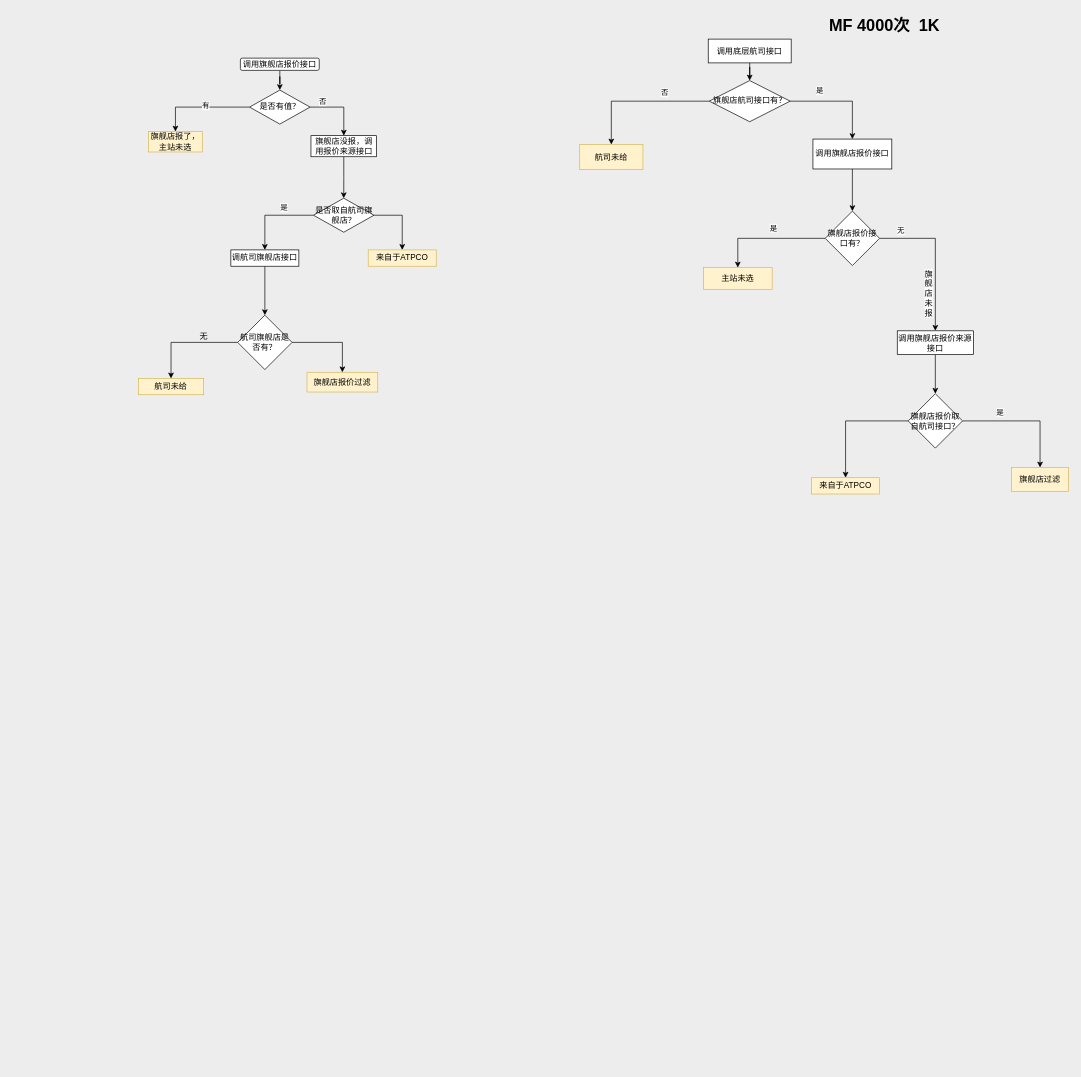
liuzhongye/draw-io keeps this draw.io diagram as page "2.旗舰店接口" (2 of 2) of 国际qt中转问题.drawio. Above is the earlier version. Source tidied: cells renumbered, new cells numbered last; positions are measured from the earlier drawing's top-left corner, leaving out a move shared by most shapes. Both pictures are drawn from the tidied source at 68%, with x=0, y=0 at pixel (138, 12).
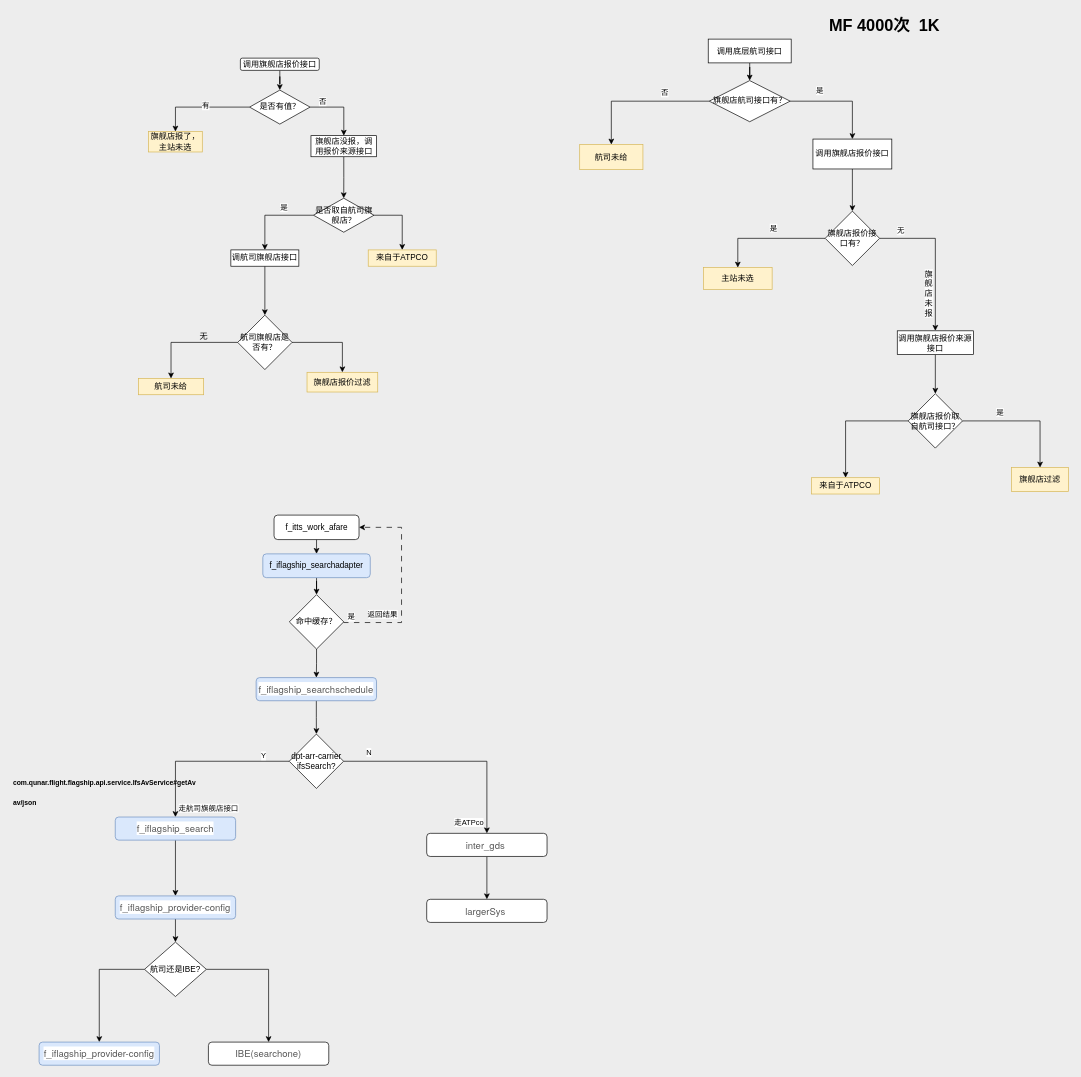
After the change.

The edit, as a diff of the source:
```diff
@@
+    <mxCell id="51" style="edgeStyle=orthogonalEdgeStyle;rounded=0;jettySize=auto;html=1;exitX=0.5;exitY=1;exitDx=0;exitDy=0;entryX=0.5;entryY=0;entryDx=0;entryDy=0;" parent="1" edge="1" source="52" target="54">
+      <mxGeometry relative="1" as="geometry" />
+    </mxCell>
+    <mxCell id="52" value="f_itts_work_afare" style="rounded=1;whiteSpace=wrap;html=1;" parent="1" vertex="1">
+      <mxGeometry x="199.5" y="740" width="125" height="36" as="geometry" />
+    </mxCell>
+    <mxCell id="53" style="edgeStyle=orthogonalEdgeStyle;rounded=0;jettySize=auto;html=1;exitX=0.5;exitY=1;exitDx=0;exitDy=0;" parent="1" edge="1" source="54" target="59">
+      <mxGeometry relative="1" as="geometry" />
+    </mxCell>
+    <mxCell id="54" value="f_iflagship_searchadapter" style="rounded=1;whiteSpace=wrap;html=1;fillColor=#dae8fc;strokeColor=#6c8ebf;" parent="1" vertex="1">
+      <mxGeometry x="183" y="797" width="158" height="35" as="geometry" />
+    </mxCell>
+    <mxCell id="55" style="edgeStyle=orthogonalEdgeStyle;rounded=0;jettySize=auto;html=1;exitX=1;exitY=0.5;exitDx=0;exitDy=0;entryX=1;entryY=0.5;entryDx=0;entryDy=0;dashed=1;dashPattern=8 8;" parent="1" edge="1" source="59" target="52">
+      <mxGeometry relative="1" as="geometry">
+        <Array as="points">
+          <mxPoint x="387" y="898" />
+          <mxPoint x="387" y="758" />
+        </Array>
+      </mxGeometry>
+    </mxCell>
+    <mxCell id="56" value="返回结果" style="edgeLabel;html=1;align=center;verticalAlign=middle;" parent="55" vertex="1">
+      <mxGeometry x="-0.85" y="-1" relative="1" as="geometry">
+        <mxPoint x="35" y="-14" as="offset" />
+      </mxGeometry>
+    </mxCell>
+    <mxCell id="57" value="是" style="edgeLabel;html=1;align=center;verticalAlign=middle;" parent="55" vertex="1">
+      <mxGeometry x="-0.87" y="2" relative="1" as="geometry">
+        <mxPoint x="-8" y="-7" as="offset" />
+      </mxGeometry>
+    </mxCell>
+    <mxCell id="58" style="edgeStyle=orthogonalEdgeStyle;rounded=0;jettySize=auto;html=1;exitX=0.5;exitY=1;exitDx=0;exitDy=0;" parent="1" edge="1" source="59" target="61">
+      <mxGeometry relative="1" as="geometry" />
+    </mxCell>
+    <mxCell id="59" value="命中缓存？" style="rhombus;whiteSpace=wrap;html=1;" parent="1" vertex="1">
+      <mxGeometry x="222" y="857" width="80" height="80" as="geometry" />
+    </mxCell>
+    <mxCell id="60" style="edgeStyle=orthogonalEdgeStyle;rounded=0;jettySize=auto;html=1;exitX=0.5;exitY=1;exitDx=0;exitDy=0;entryX=0.5;entryY=0;entryDx=0;entryDy=0;" parent="1" edge="1" source="61" target="67">
+      <mxGeometry relative="1" as="geometry" />
+    </mxCell>
+    <mxCell id="61" value="&lt;span style=&quot;color: rgba(0, 0, 0, 0.65); font-family: &amp;quot;Helvetica Neue&amp;quot;, Helvetica, Arial, sans-serif; font-size: 14px; text-align: start; background-color: rgb(255, 255, 255);&quot;&gt;f_iflagship_searchschedule&lt;/span&gt;" style="rounded=1;whiteSpace=wrap;html=1;fillColor=#dae8fc;strokeColor=#6c8ebf;" parent="1" vertex="1">
+      <mxGeometry x="173.2" y="979" width="177" height="34" as="geometry" />
+    </mxCell>
+    <mxCell id="62" style="edgeStyle=orthogonalEdgeStyle;rounded=0;jettySize=auto;html=1;exitX=1;exitY=0.5;exitDx=0;exitDy=0;" parent="1" edge="1" source="67" target="69">
+      <mxGeometry relative="1" as="geometry" />
+    </mxCell>
+    <mxCell id="63" value="N" style="edgeLabel;html=1;align=center;verticalAlign=middle;" parent="62" vertex="1">
+      <mxGeometry x="-0.58" relative="1" as="geometry">
+        <mxPoint x="-30" y="-14" as="offset" />
+      </mxGeometry>
+    </mxCell>
+    <mxCell id="64" value="走ATPco" style="edgeLabel;html=1;align=center;verticalAlign=middle;" parent="62" vertex="1">
+      <mxGeometry x="-0.12" y="2" relative="1" as="geometry">
+        <mxPoint x="45" y="91" as="offset" />
+      </mxGeometry>
+    </mxCell>
+    <mxCell id="65" style="edgeStyle=orthogonalEdgeStyle;rounded=0;jettySize=auto;html=1;exitX=0;exitY=0.5;exitDx=0;exitDy=0;entryX=0.5;entryY=0;entryDx=0;entryDy=0;" parent="1" edge="1" source="67" target="72">
+      <mxGeometry relative="1" as="geometry" />
+    </mxCell>
+    <mxCell id="66" value="Y" style="edgeLabel;html=1;align=center;verticalAlign=middle;" parent="65" vertex="1">
+      <mxGeometry x="-0.62" relative="1" as="geometry">
+        <mxPoint x="9" y="-9" as="offset" />
+      </mxGeometry>
+    </mxCell>
+    <mxCell id="67" value="dpt-arr-carrier&lt;br&gt;ifsSearch?" style="rhombus;whiteSpace=wrap;html=1;" parent="1" vertex="1">
+      <mxGeometry x="221.8" y="1062" width="80" height="80" as="geometry" />
+    </mxCell>
+    <mxCell id="68" style="edgeStyle=orthogonalEdgeStyle;rounded=0;jettySize=auto;html=1;exitX=0.5;exitY=1;exitDx=0;exitDy=0;" parent="1" edge="1" source="69" target="70">
+      <mxGeometry relative="1" as="geometry" />
+    </mxCell>
+    <mxCell id="69" value="&lt;span style=&quot;color: rgba(0, 0, 0, 0.65); font-family: &amp;quot;Helvetica Neue&amp;quot;, Helvetica, Arial, sans-serif; font-size: 14px; text-align: start; background-color: rgb(255, 255, 255);&quot;&gt;inter_gds&amp;nbsp;&lt;/span&gt;" style="rounded=1;whiteSpace=wrap;html=1;" parent="1" vertex="1">
+      <mxGeometry x="424" y="1208" width="177" height="34" as="geometry" />
+    </mxCell>
+    <mxCell id="70" value="&lt;div style=&quot;text-align: start;&quot;&gt;&lt;span style=&quot;color: rgba(0, 0, 0, 0.65); font-family: &amp;quot;Helvetica Neue&amp;quot;, Helvetica, Arial, sans-serif; font-size: 14px; background-color: rgb(255, 255, 255);&quot;&gt;largerSys&lt;/span&gt;&lt;span style=&quot;background-color: rgb(255, 255, 255); color: rgba(0, 0, 0, 0.65); font-family: &amp;quot;Helvetica Neue&amp;quot;, Helvetica, Arial, sans-serif; font-size: 14px;&quot;&gt;&amp;nbsp;&lt;/span&gt;&lt;/div&gt;" style="rounded=1;whiteSpace=wrap;html=1;" parent="1" vertex="1">
+      <mxGeometry x="424" y="1305" width="177" height="34" as="geometry" />
+    </mxCell>
+    <mxCell id="71" style="edgeStyle=orthogonalEdgeStyle;rounded=0;jettySize=auto;html=1;exitX=0.5;exitY=1;exitDx=0;exitDy=0;" parent="1" edge="1" source="72" target="76">
+      <mxGeometry relative="1" as="geometry" />
+    </mxCell>
+    <mxCell id="72" value="&lt;span style=&quot;text-align: start; background-color: rgb(255, 255, 255); font-size: 14px; font-family: &amp;quot;Helvetica Neue&amp;quot;, Helvetica, Arial, sans-serif; color: rgba(0, 0, 0, 0.65);&quot;&gt;f_iflagship_search&lt;br&gt;&lt;/span&gt;" style="rounded=1;whiteSpace=wrap;html=1;fillColor=#dae8fc;strokeColor=#6c8ebf;" parent="1" vertex="1">
+      <mxGeometry x="-34" y="1184" width="177" height="34" as="geometry" />
+    </mxCell>
+    <mxCell id="73" value="走航司旗舰店接口" style="edgeLabel;html=1;align=center;verticalAlign=middle;" parent="1" vertex="1">
+      <mxGeometry x="401" y="1167" as="geometry">
+        <mxPoint x="-299" y="3" as="offset" />
+      </mxGeometry>
+    </mxCell>
+    <mxCell id="74" value="&lt;h1 style=&quot;margin-top: 0px;&quot;&gt;&lt;font style=&quot;font-size: 10px;&quot;&gt;com.qunar.flight.flagship.api.service.IfsAvService#getAv&lt;br&gt;&lt;/font&gt;&lt;font style=&quot;font-size: 10px;&quot;&gt;av/json&lt;/font&gt;&lt;/h1&gt;" style="text;html=1;whiteSpace=wrap;overflow=hidden;rounded=0;" parent="1" vertex="1">
+      <mxGeometry x="-186" y="1109" width="274" height="71" as="geometry" />
+    </mxCell>
+    <mxCell id="75" style="edgeStyle=orthogonalEdgeStyle;rounded=0;jettySize=auto;html=1;exitX=0.5;exitY=1;exitDx=0;exitDy=0;entryX=0.5;entryY=0;entryDx=0;entryDy=0;" parent="1" edge="1" source="76" target="79">
+      <mxGeometry relative="1" as="geometry" />
+    </mxCell>
+    <mxCell id="76" value="&lt;span style=&quot;text-align: start; background-color: rgb(255, 255, 255); font-size: 14px; font-family: &amp;quot;Helvetica Neue&amp;quot;, Helvetica, Arial, sans-serif; color: rgba(0, 0, 0, 0.65);&quot;&gt;f_iflagship_provider-config&lt;/span&gt;" style="rounded=1;whiteSpace=wrap;html=1;fillColor=#dae8fc;strokeColor=#6c8ebf;" parent="1" vertex="1">
+      <mxGeometry x="-34" y="1300" width="177" height="34" as="geometry" />
+    </mxCell>
+    <mxCell id="77" style="edgeStyle=orthogonalEdgeStyle;rounded=0;jettySize=auto;html=1;exitX=1;exitY=0.5;exitDx=0;exitDy=0;" parent="1" edge="1" source="79" target="81">
+      <mxGeometry relative="1" as="geometry" />
+    </mxCell>
+    <mxCell id="78" style="edgeStyle=orthogonalEdgeStyle;rounded=0;jettySize=auto;html=1;exitX=0;exitY=0.5;exitDx=0;exitDy=0;" parent="1" edge="1" source="79" target="80">
+      <mxGeometry relative="1" as="geometry" />
+    </mxCell>
+    <mxCell id="79" value="航司还是IBE?" style="rhombus;whiteSpace=wrap;html=1;" parent="1" vertex="1">
+      <mxGeometry x="9" y="1368" width="91" height="80" as="geometry" />
+    </mxCell>
+    <mxCell id="80" value="&lt;span style=&quot;text-align: start; background-color: rgb(255, 255, 255); font-size: 14px; font-family: &amp;quot;Helvetica Neue&amp;quot;, Helvetica, Arial, sans-serif; color: rgba(0, 0, 0, 0.65);&quot;&gt;f_iflagship_provider-config&lt;/span&gt;" style="rounded=1;whiteSpace=wrap;html=1;fillColor=#dae8fc;strokeColor=#6c8ebf;" parent="1" vertex="1">
+      <mxGeometry x="-146" y="1515" width="177" height="34" as="geometry" />
+    </mxCell>
+    <mxCell id="81" value="&lt;span style=&quot;text-align: start; background-color: rgb(255, 255, 255); font-size: 14px; font-family: &amp;quot;Helvetica Neue&amp;quot;, Helvetica, Arial, sans-serif; color: rgba(0, 0, 0, 0.65);&quot;&gt;IBE(searchone)&lt;/span&gt;" style="rounded=1;whiteSpace=wrap;html=1;" parent="1" vertex="1">
+      <mxGeometry x="103" y="1515" width="177" height="34" as="geometry" />
+    </mxCell>
```
